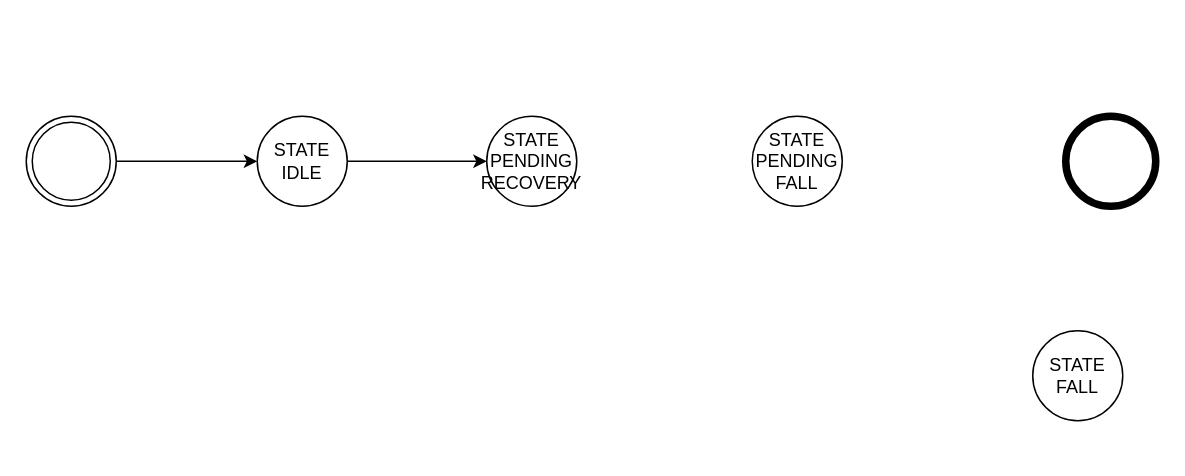
Above: page "Page-2" (2 of 2) of lib/4_1.drawio in michalisssss/Fall-Detection-System (draw.io), before the change. Source tidied: cells renumbered, new cells numbered last; positions are measured from the earlier drawing's top-left corner, leaving out a move shared by most shapes. Both pictures are drawn from the tidied source at 150%, with x=0, y=0 at pixel (26, 116).
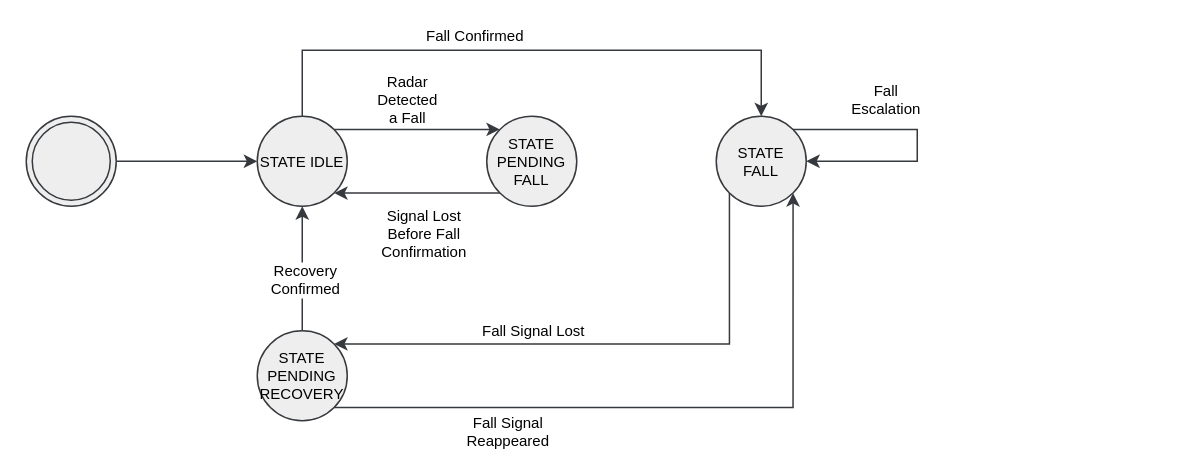
After the change.

The edit, as a diff of the source:
```diff
@@
-    <mxCell id="2" style="edgeStyle=orthogonalEdgeStyle;rounded=0;jettySize=auto;html=1;entryX=0;entryY=0.5;entryDx=0;entryDy=0;defaultLabelBackgroundColor=page;" parent="1" edge="1" source="3" target="6">
+    <mxCell id="2" style="edgeStyle=orthogonalEdgeStyle;rounded=0;jettySize=auto;html=1;entryX=0;entryY=0.5;entryDx=0;entryDy=0;defaultLabelBackgroundColor=page;fontSize=10;fillColor=#eeeeee;strokeColor=#36393d;" parent="1" edge="1" source="3" target="6">
       <mxGeometry relative="1" as="geometry" />
     </mxCell>
-    <mxCell id="3" style="ellipse;shape=doubleEllipse;html=1;dashed=0;whiteSpace=wrap;" parent="1" vertex="1">
+    <mxCell id="3" style="ellipse;shape=doubleEllipse;html=1;dashed=0;whiteSpace=wrap;fontSize=10;fillColor=#eeeeee;strokeColor=#36393d;" parent="1" vertex="1">
       <mxGeometry width="60" height="60" as="geometry" />
     </mxCell>
-    <mxCell id="4" style="shape=ellipse;html=1;dashed=0;whiteSpace=wrap;strokeWidth=5;perimeter=ellipsePerimeter;" parent="1" vertex="1">
-      <mxGeometry x="693" width="60" height="60" as="geometry" />
-    </mxCell>
-    <mxCell id="5" style="edgeStyle=orthogonalEdgeStyle;rounded=0;jettySize=auto;html=1;entryX=0;entryY=0.5;entryDx=0;entryDy=0;defaultLabelBackgroundColor=page;" parent="1" edge="1" source="6" target="8">
-      <mxGeometry relative="1" as="geometry" />
-    </mxCell>
+    <mxCell id="10" style="edgeStyle=orthogonalEdgeStyle;rounded=0;jettySize=auto;html=1;exitX=1;exitY=0;exitDx=0;exitDy=0;entryX=0;entryY=0;entryDx=0;entryDy=0;defaultLabelBackgroundColor=page;fontSize=10;fillColor=#eeeeee;strokeColor=#36393d;" parent="1" edge="1" source="6" target="7">
+      <mxGeometry relative="1" as="geometry" />
+    </mxCell>
+    <mxCell id="11" value="Radar&lt;div&gt;Detected&lt;/div&gt;&lt;div&gt;a Fall&lt;/div&gt;" style="edgeLabel;html=1;align=center;verticalAlign=middle;inheritText=fontFamily,fontColor,fontStyle,textOpacity,labelBorderColor,labelBorderWidth,labelBackgroundColor,defaultLabelBackgroundColor,labelPadding;defaultLabelBackgroundColor=page;fontSize=10;" parent="10" vertex="1">
+      <mxGeometry x="-0.13" y="-3" relative="1" as="geometry">
+        <mxPoint y="-23" as="offset" />
+      </mxGeometry>
+    </mxCell>
+    <mxCell id="12" style="edgeStyle=orthogonalEdgeStyle;rounded=0;jettySize=auto;html=1;exitX=0.5;exitY=0;exitDx=0;exitDy=0;entryX=0.5;entryY=0;entryDx=0;entryDy=0;defaultLabelBackgroundColor=page;fontSize=10;fillColor=#eeeeee;strokeColor=#36393d;" parent="1" edge="1" source="6" target="9">
+      <mxGeometry relative="1" as="geometry">
+        <Array as="points">
+          <mxPoint x="184" y="-44" />
+          <mxPoint x="490" y="-44" />
+        </Array>
+      </mxGeometry>
+    </mxCell>
+    <mxCell id="13" value="Fall Confirmed" style="edgeLabel;html=1;align=center;verticalAlign=middle;inheritText=fontFamily,fontColor,fontStyle,textOpacity,labelBorderColor,labelBorderWidth,labelBackgroundColor,defaultLabelBackgroundColor,labelPadding;defaultLabelBackgroundColor=page;fontSize=10;" parent="12" vertex="1">
+      <mxGeometry x="-0.32" y="-2" relative="1" as="geometry">
+        <mxPoint x="24" y="-13" as="offset" />
+      </mxGeometry>
+    </mxCell>
-    <mxCell id="6" value="STATE IDLE" style="shape=ellipse;html=1;dashed=0;whiteSpace=wrap;perimeter=ellipsePerimeter;" parent="1" vertex="1">
+    <mxCell id="6" value="STATE IDLE" style="shape=ellipse;html=1;dashed=0;whiteSpace=wrap;perimeter=ellipsePerimeter;fontSize=10;fillColor=#eeeeee;strokeColor=#36393d;" parent="1" vertex="1">
       <mxGeometry x="154" width="60" height="60" as="geometry" />
     </mxCell>
+    <mxCell id="14" style="edgeStyle=orthogonalEdgeStyle;rounded=0;jettySize=auto;html=1;exitX=0;exitY=1;exitDx=0;exitDy=0;entryX=1;entryY=1;entryDx=0;entryDy=0;defaultLabelBackgroundColor=page;fontSize=10;fillColor=#eeeeee;strokeColor=#36393d;" parent="1" edge="1" source="7" target="6">
+      <mxGeometry relative="1" as="geometry" />
+    </mxCell>
+    <mxCell id="15" value="Signal&amp;nbsp;&lt;span style=&quot;background-color: transparent; color: light-dark(#000000, var(--ge-light-color, #ffffff));&quot;&gt;Lost&lt;/span&gt;&lt;div&gt;&lt;span style=&quot;background-color: transparent; color: light-dark(#000000, var(--ge-light-color, #ffffff));&quot;&gt;Before Fall&lt;/span&gt;&lt;div&gt;&lt;div&gt;Confirmation&lt;/div&gt;&lt;/div&gt;&lt;/div&gt;" style="edgeLabel;html=1;align=center;verticalAlign=middle;inheritText=fontFamily,fontColor,fontStyle,textOpacity,labelBorderColor,labelBorderWidth,labelBackgroundColor,defaultLabelBackgroundColor,labelPadding;defaultLabelBackgroundColor=page;fontSize=10;" parent="14" vertex="1">
+      <mxGeometry x="0.49" y="-2" relative="1" as="geometry">
+        <mxPoint x="31" y="28" as="offset" />
+      </mxGeometry>
+    </mxCell>
-    <mxCell id="7" value="STATE&lt;div&gt;PENDING&lt;br&gt;&lt;div&gt;FALL&lt;/div&gt;&lt;/div&gt;" style="shape=ellipse;html=1;dashed=0;whiteSpace=wrap;perimeter=ellipsePerimeter;" parent="1" vertex="1">
-      <mxGeometry x="484" width="60" height="60" as="geometry" />
+    <mxCell id="7" value="STATE&lt;div&gt;PENDING&lt;br&gt;&lt;div&gt;FALL&lt;/div&gt;&lt;/div&gt;" style="shape=ellipse;html=1;dashed=0;whiteSpace=wrap;perimeter=ellipsePerimeter;fontSize=10;fillColor=#eeeeee;strokeColor=#36393d;" parent="1" vertex="1">
+      <mxGeometry x="307" width="60" height="60" as="geometry" />
     </mxCell>
+    <mxCell id="16" style="edgeStyle=orthogonalEdgeStyle;rounded=0;jettySize=auto;html=1;exitX=0.5;exitY=0;exitDx=0;exitDy=0;entryX=0.5;entryY=1;entryDx=0;entryDy=0;defaultLabelBackgroundColor=page;fontSize=10;fillColor=#eeeeee;strokeColor=#36393d;" parent="1" edge="1" source="8" target="6">
+      <mxGeometry x="0.11" relative="1" as="geometry" />
+    </mxCell>
+    <mxCell id="17" value="Recovery&lt;div&gt;Confirmed&lt;/div&gt;" style="edgeLabel;html=1;align=center;verticalAlign=middle;inheritText=fontFamily,fontColor,fontStyle,textOpacity,labelBorderColor,labelBorderWidth,labelBackgroundColor,defaultLabelBackgroundColor,labelPadding;defaultLabelBackgroundColor=page;fontSize=10;" parent="16" vertex="1">
+      <mxGeometry x="-0.16" y="-1" relative="1" as="geometry" />
+    </mxCell>
+    <mxCell id="18" style="edgeStyle=orthogonalEdgeStyle;rounded=0;jettySize=auto;html=1;exitX=1;exitY=1;exitDx=0;exitDy=0;entryX=1;entryY=1;entryDx=0;entryDy=0;defaultLabelBackgroundColor=page;fontSize=10;fillColor=#eeeeee;strokeColor=#36393d;" parent="1" edge="1" source="8" target="9">
+      <mxGeometry x="-0.07" relative="1" as="geometry" />
+    </mxCell>
+    <mxCell id="19" value="Fall Signal&lt;div&gt;Reappeared&lt;/div&gt;" style="edgeLabel;html=1;align=center;verticalAlign=middle;inheritText=fontFamily,fontColor,fontStyle,textOpacity,labelBorderColor,labelBorderWidth,labelBackgroundColor,defaultLabelBackgroundColor,labelPadding;defaultLabelBackgroundColor=page;fontSize=10;" parent="18" vertex="1">
+      <mxGeometry x="-0.28" relative="1" as="geometry">
+        <mxPoint x="-47" y="15" as="offset" />
+      </mxGeometry>
+    </mxCell>
-    <mxCell id="8" value="STATE&lt;div&gt;PENDING&lt;/div&gt;&lt;div&gt;RECOVERY&lt;/div&gt;" style="shape=ellipse;html=1;dashed=0;whiteSpace=wrap;perimeter=ellipsePerimeter;" parent="1" vertex="1">
-      <mxGeometry x="307" width="60" height="60" as="geometry" />
+    <mxCell id="8" value="STATE&lt;div&gt;PENDING&lt;/div&gt;&lt;div&gt;RECOVERY&lt;/div&gt;" style="shape=ellipse;html=1;dashed=0;whiteSpace=wrap;perimeter=ellipsePerimeter;fontSize=10;fillColor=#eeeeee;strokeColor=#36393d;" parent="1" vertex="1">
+      <mxGeometry x="154" y="143" width="60" height="60" as="geometry" />
     </mxCell>
+    <mxCell id="20" style="edgeStyle=orthogonalEdgeStyle;rounded=0;jettySize=auto;html=1;exitX=0;exitY=1;exitDx=0;exitDy=0;entryX=1;entryY=0;entryDx=0;entryDy=0;defaultLabelBackgroundColor=page;fontSize=10;fillColor=#eeeeee;strokeColor=#36393d;" parent="1" edge="1" source="9" target="8">
+      <mxGeometry relative="1" as="geometry">
+        <Array as="points">
+          <mxPoint x="468.8" y="151.8" />
+        </Array>
+      </mxGeometry>
+    </mxCell>
+    <mxCell id="21" value="Fall Signal Lost" style="edgeLabel;html=1;align=center;verticalAlign=middle;inheritText=fontFamily,fontColor,fontStyle,textOpacity,labelBorderColor,labelBorderWidth,labelBackgroundColor,defaultLabelBackgroundColor,labelPadding;defaultLabelBackgroundColor=page;fontSize=10;" parent="20" vertex="1">
+      <mxGeometry x="0.44" y="3" relative="1" as="geometry">
+        <mxPoint x="30" y="-12" as="offset" />
+      </mxGeometry>
+    </mxCell>
-    <mxCell id="9" value="STATE&lt;div&gt;FALL&lt;/div&gt;" style="shape=ellipse;html=1;dashed=0;whiteSpace=wrap;perimeter=ellipsePerimeter;" parent="1" vertex="1">
-      <mxGeometry x="671" y="143" width="60" height="60" as="geometry" />
+    <mxCell id="9" value="STATE&lt;div&gt;FALL&lt;/div&gt;" style="shape=ellipse;html=1;dashed=0;whiteSpace=wrap;perimeter=ellipsePerimeter;fontSize=10;fillColor=#eeeeee;strokeColor=#36393d;" parent="1" vertex="1">
+      <mxGeometry x="460" width="60" height="60" as="geometry" />
     </mxCell>
+    <mxCell id="22" style="edgeStyle=orthogonalEdgeStyle;rounded=0;orthogonalLoop=1;jettySize=auto;html=1;innerLoopWaypoints=1;exitX=1;exitY=0;exitDx=0;exitDy=0;entryX=1;entryY=0.5;entryDx=0;entryDy=0;defaultLabelBackgroundColor=page;fontSize=10;fillColor=#eeeeee;strokeColor=#36393d;" parent="1" edge="1" source="9" target="9">
+      <mxGeometry relative="1" as="geometry">
+        <Array as="points">
+          <mxPoint x="594" y="8.8" />
+          <mxPoint x="594" y="30" />
+        </Array>
+      </mxGeometry>
+    </mxCell>
+    <mxCell id="23" value="Fall&lt;div&gt;Escalation&lt;/div&gt;" style="edgeLabel;html=1;align=center;verticalAlign=middle;inheritText=fontFamily,fontColor,fontStyle,textOpacity,labelBorderColor,labelBorderWidth,labelBackgroundColor,defaultLabelBackgroundColor,labelPadding;defaultLabelBackgroundColor=page;fontSize=10;" parent="22" vertex="1">
+      <mxGeometry x="0.06" y="1" relative="1" as="geometry">
+        <mxPoint x="-23" y="-32" as="offset" />
+      </mxGeometry>
+    </mxCell>
```
